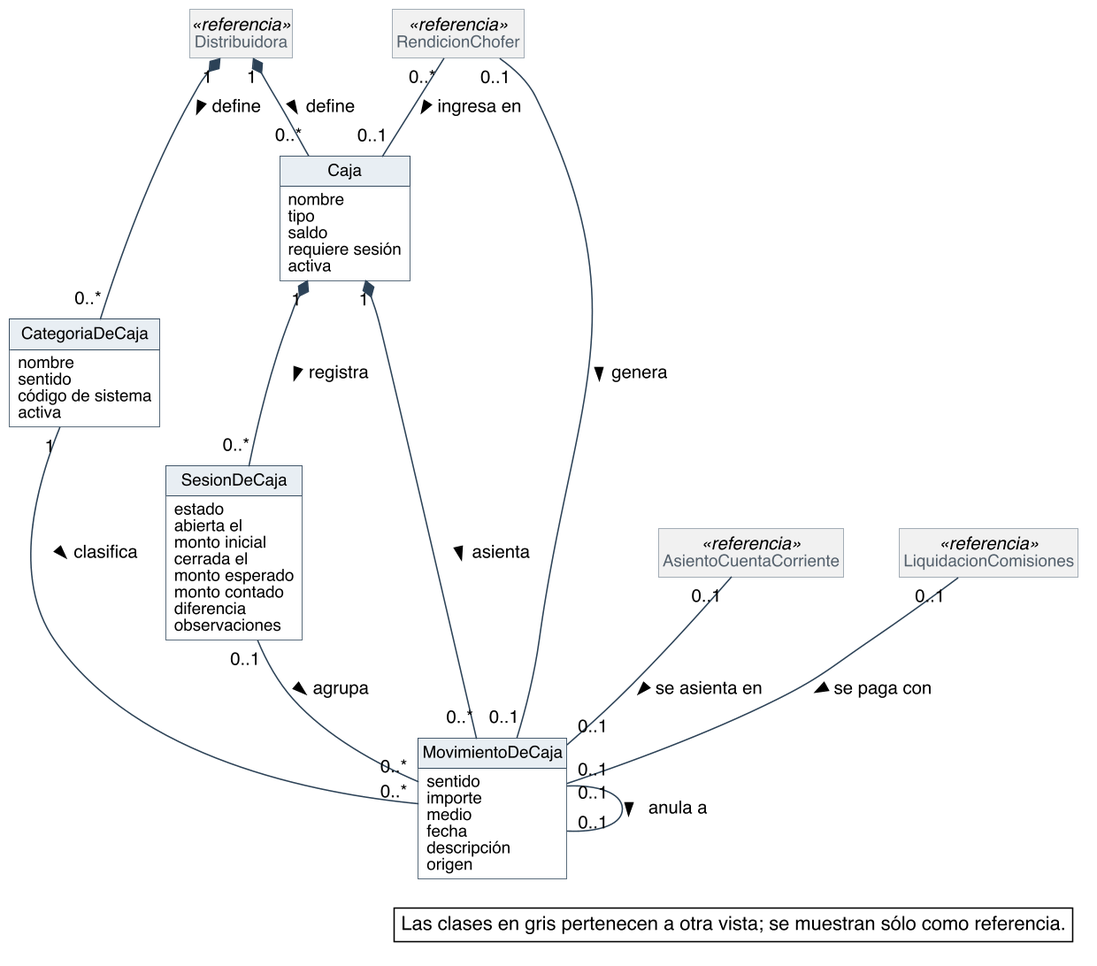
Above: diagramas/modelo-conceptual/MC_Caja.png in Nahuelito-Dev/splg-docs (PlantUML), before the change.
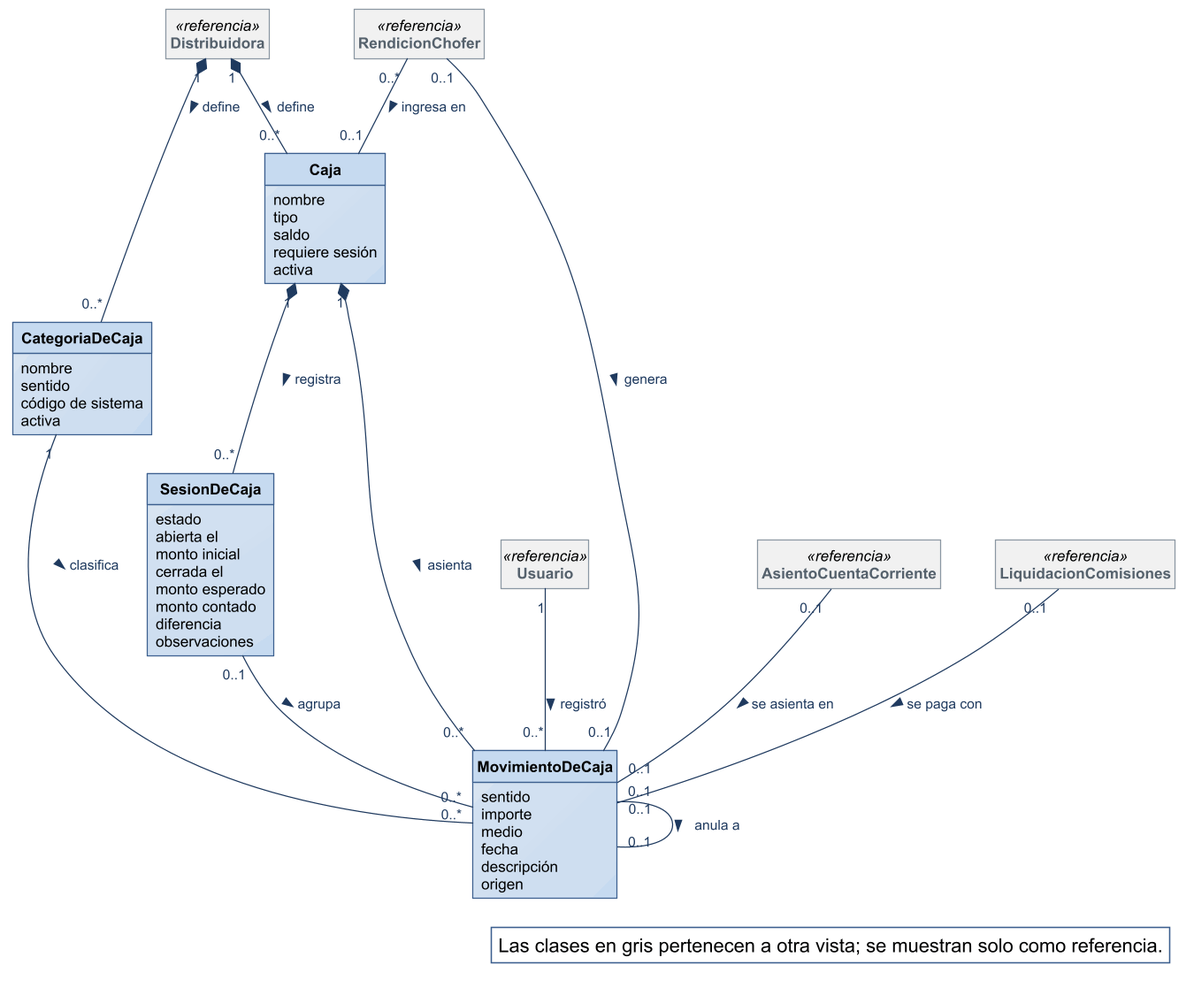
Above is the later version.

Change to the diagram source:
```diff
@@ -1,36 +1,13 @@
 @startuml
-skinparam backgroundColor #FFFFFF
-skinparam shadowing false
-skinparam defaultFontName Helvetica
-skinparam defaultFontSize 13
-skinparam dpi 150
+!include ../estilo-vp.iuml
 skinparam nodesep 40
 skinparam ranksep 55
-skinparam classAttributeIconSize 0
-skinparam roundCorner 0
-skinparam class {
-  BorderColor #2C4257
-  BackgroundColor #FFFFFF
-  ArrowColor #2C4257
-  FontSize 14
-  AttributeFontSize 12
-  HeaderBackgroundColor #E8EEF3
-}
 skinparam class<<referencia>> {
   BackgroundColor #F1F1F1
   BorderColor #8A97A3
   FontColor #55616C
 }
-skinparam note {
-  BackgroundColor #FFFFFF
-  BorderColor #2C4257
-}
 skinparam packageStyle rectangle
-skinparam package {
-  BorderColor #8A97A3
-  FontSize 13
-  FontColor #55616C
-}
 hide circle
 hide methods
 hide empty members
@@ -67,6 +44,7 @@
   origen
 }
 class Distribuidora <<referencia>>
+class Usuario <<referencia>>
 class RendicionChofer <<referencia>>
 class AsientoCuentaCorriente <<referencia>>
 class LiquidacionComisiones <<referencia>>
@@ -79,12 +57,13 @@
 SesionDeCaja "0..1" -- "0..*" MovimientoDeCaja : agrupa >
 CategoriaDeCaja "1" -- "0..*" MovimientoDeCaja : clasifica >
 MovimientoDeCaja "0..1" -- "0..1" MovimientoDeCaja : anula a >
+Usuario "1" -- "0..*" MovimientoDeCaja : registró >
 RendicionChofer "0..*" -- "0..1" Caja : ingresa en >
 RendicionChofer "0..1" -- "0..1" MovimientoDeCaja : genera >
 AsientoCuentaCorriente "0..1" -- "0..1" MovimientoDeCaja : se asienta en >
 LiquidacionComisiones "0..1" -- "0..1" MovimientoDeCaja : se paga con >
 
 legend bottom right
-  Las clases en gris pertenecen a otra vista; se muestran sólo como referencia.
+  Las clases en gris pertenecen a otra vista; se muestran solo como referencia.
 endlegend
 @enduml
```
